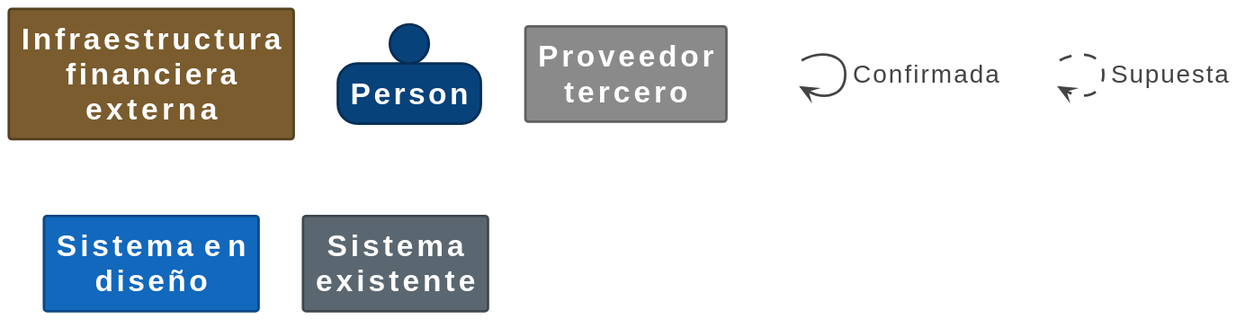
Earlier version of the PlantUML export diagrams/c4/structurizr-ContextoPrincipal-key.svg (Juankia/EvaluacionJuanAmay).
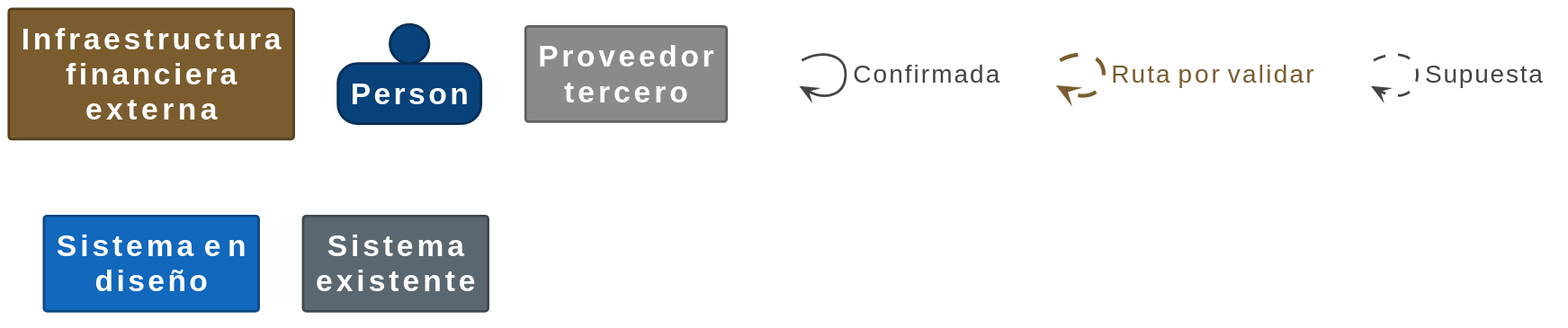
The same file after the commit.

Diff of the diagram source:
```diff
@@ -76,6 +76,15 @@
     FontSize: 20;
     MaximumWidth: 200;
   }
+  // Relationship,Ruta por validar
+  .Relationship-UmVsYXRpb25zaGlwLFJ1dGEgcG9yIHZhbGlkYXI= {
+    LineThickness: 3;
+    LineStyle: 15-15;
+    LineColor: #7a5c2e;
+    FontColor: #7a5c2e;
+    FontSize: 20;
+    MaximumWidth: 200;
+  }
   // Relationship,Supuesta
   .Relationship-UmVsYXRpb25zaGlwLFN1cHVlc3Rh {
     LineThickness: 2;
@@ -107,5 +116,8 @@
 1 --> 1 <<Relationship-UmVsYXRpb25zaGlwLENvbmZpcm1hZGE=>> : "Confirmada"
 
 rectangle "." <<.Element-Transparent>> as 2
-2 --> 2 <<Relationship-UmVsYXRpb25zaGlwLFN1cHVlc3Rh>> : "Supuesta"
+2 --> 2 <<Relationship-UmVsYXRpb25zaGlwLFJ1dGEgcG9yIHZhbGlkYXI=>> : "Ruta por validar"
+
+rectangle "." <<.Element-Transparent>> as 3
+3 --> 3 <<Relationship-UmVsYXRpb25zaGlwLFN1cHVlc3Rh>> : "Supuesta"
 @enduml
```
